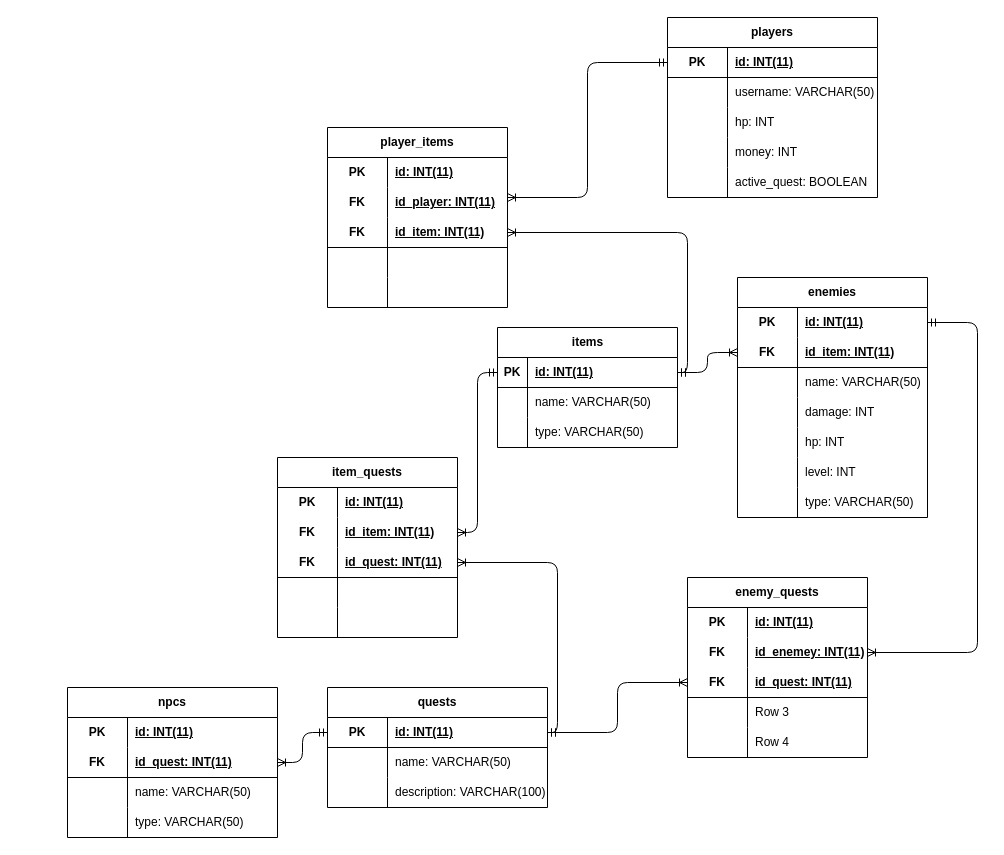
Before: wc_modelo_er.drawio in Rafael-Lourenco/WorldCleaners, a draw.io diagram. Source tidied: cells renumbered, new cells numbered last; positions are measured from the earlier drawing's top-left corner, leaving out a move shared by most shapes. Both pictures are drawn from the tidied source at 100%, with x=0, y=0 at pixel (67, 17).
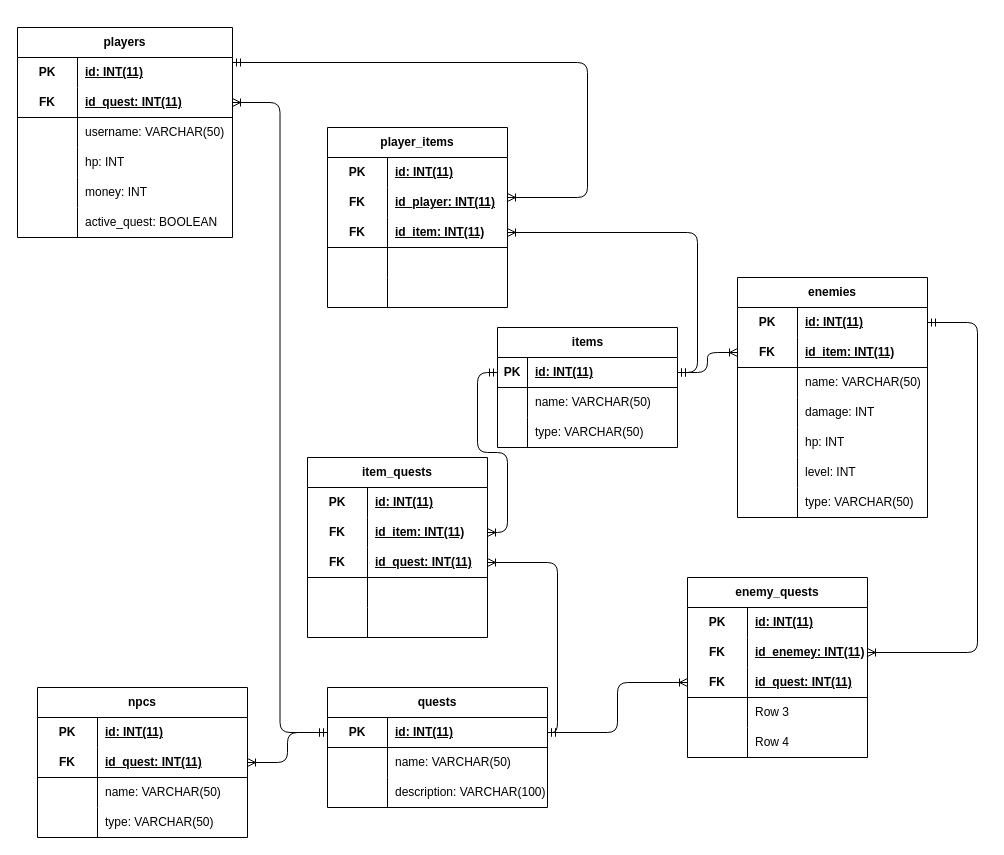
The same diagram, later.

Commit message:
Nova relação entre a tabela players e quests.

Unchanged cells that the change refers to:
```xml
<mxCell id="3" style="shape=tableRow;horizontal=0;startSize=0;swimlaneHead=0;swimlaneBody=0;fillColor=none;points=[[0,0.5],[1,0.5]];portConstraint=eastwest;top=0;left=0;right=0;bottom=1;" parent="2" vertex="1">
  <mxGeometry y="30" width="180" height="30" as="geometry" />
</mxCell>
<mxCell id="51" style="shape=tableRow;horizontal=0;startSize=0;swimlaneHead=0;swimlaneBody=0;fillColor=none;points=[[0,0.5],[1,0.5]];portConstraint=eastwest;top=0;left=0;right=0;bottom=1;html=1;" parent="50" vertex="1">
  <mxGeometry y="30" width="220" height="30" as="geometry" />
</mxCell>
<mxCell id="77" style="shape=tableRow;horizontal=0;startSize=0;swimlaneHead=0;swimlaneBody=0;fillColor=none;points=[[0,0.5],[1,0.5]];portConstraint=eastwest;top=0;left=0;right=0;bottom=0;html=1;" parent="73" vertex="1">
  <mxGeometry y="60" width="180" height="30" as="geometry" />
</mxCell>
<mxCell id="80" style="shape=tableRow;horizontal=0;startSize=0;swimlaneHead=0;swimlaneBody=0;fillColor=none;points=[[0,0.5],[1,0.5]];portConstraint=eastwest;top=0;left=0;right=0;bottom=1;html=1;" parent="73" vertex="1">
  <mxGeometry y="90" width="180" height="30" as="geometry" />
</mxCell>
<mxCell id="112" style="shape=tableRow;horizontal=0;startSize=0;swimlaneHead=0;swimlaneBody=0;fillColor=none;points=[[0,0.5],[1,0.5]];portConstraint=eastwest;top=0;left=0;right=0;bottom=0;html=1;" parent="108" vertex="1">
  <mxGeometry y="60" width="180" height="30" as="geometry" />
</mxCell>
```

Diff of the diagram source:
```diff
@@
-    <mxCell id="12" value="players" style="shape=table;startSize=30;childLayout=tableLayout;rowLines=0;fontStyle=1;align=center;html=1;whiteSpace=wrap;" parent="1" vertex="1">
-      <mxGeometry x="600" width="210" height="180" as="geometry" />
-    </mxCell>
-    <mxCell id="13" style="shape=tableRow;horizontal=0;startSize=0;swimlaneHead=0;swimlaneBody=0;fillColor=none;points=[[0,0.5],[1,0.5]];portConstraint=eastwest;top=0;left=0;right=0;bottom=1;html=1;" parent="12" vertex="1">
-      <mxGeometry y="30" width="210" height="30" as="geometry" />
-    </mxCell>
-    <mxCell id="14" value="PK" style="shape=partialRectangle;fillColor=none;top=0;left=0;bottom=0;right=0;fontStyle=1;overflow=hidden;html=1;whiteSpace=wrap;" parent="13" vertex="1">
-      <mxGeometry width="60" height="30" as="geometry" />
-    </mxCell>
-    <mxCell id="15" value="id: INT(11)" style="shape=partialRectangle;fillColor=none;top=0;left=0;bottom=0;right=0;align=left;spacingLeft=6;fontStyle=5;overflow=hidden;html=1;whiteSpace=wrap;" parent="13" vertex="1">
-      <mxGeometry x="60" width="150" height="30" as="geometry" />
-    </mxCell>
-    <mxCell id="16" style="shape=tableRow;horizontal=0;startSize=0;swimlaneHead=0;swimlaneBody=0;fillColor=none;top=0;left=0;right=0;bottom=0;html=1;" parent="12" vertex="1">
-      <mxGeometry y="60" width="210" height="30" as="geometry" />
-    </mxCell>
-    <mxCell id="17" style="shape=partialRectangle;fillColor=none;top=0;left=0;bottom=0;right=0;overflow=hidden;html=1;whiteSpace=wrap;" parent="16" vertex="1">
-      <mxGeometry width="60" height="30" as="geometry" />
-    </mxCell>
-    <mxCell id="18" value="username: VARCHAR(50)" style="shape=partialRectangle;fillColor=none;top=0;left=0;bottom=0;right=0;align=left;spacingLeft=6;overflow=hidden;html=1;whiteSpace=wrap;" parent="16" vertex="1">
-      <mxGeometry x="60" width="150" height="30" as="geometry" />
-    </mxCell>
-    <mxCell id="19" style="shape=tableRow;horizontal=0;startSize=0;swimlaneHead=0;swimlaneBody=0;fillColor=none;top=0;left=0;right=0;bottom=0;html=1;" parent="12" vertex="1">
-      <mxGeometry y="90" width="210" height="30" as="geometry" />
-    </mxCell>
-    <mxCell id="20" style="shape=partialRectangle;fillColor=none;top=0;left=0;bottom=0;right=0;overflow=hidden;html=1;whiteSpace=wrap;" parent="19" vertex="1">
-      <mxGeometry width="60" height="30" as="geometry" />
-    </mxCell>
-    <mxCell id="21" value="hp: INT" style="shape=partialRectangle;fillColor=none;top=0;left=0;bottom=0;right=0;align=left;spacingLeft=6;overflow=hidden;html=1;whiteSpace=wrap;" parent="19" vertex="1">
-      <mxGeometry x="60" width="150" height="30" as="geometry" />
-    </mxCell>
-    <mxCell id="22" style="shape=tableRow;horizontal=0;startSize=0;swimlaneHead=0;swimlaneBody=0;fillColor=none;top=0;left=0;right=0;bottom=0;html=1;" parent="12" vertex="1">
-      <mxGeometry y="120" width="210" height="30" as="geometry" />
-    </mxCell>
-    <mxCell id="23" style="shape=partialRectangle;fillColor=none;top=0;left=0;bottom=0;right=0;overflow=hidden;html=1;whiteSpace=wrap;" parent="22" vertex="1">
-      <mxGeometry width="60" height="30" as="geometry" />
-    </mxCell>
-    <mxCell id="24" value="money: INT" style="shape=partialRectangle;fillColor=none;top=0;left=0;bottom=0;right=0;align=left;spacingLeft=6;overflow=hidden;html=1;whiteSpace=wrap;" parent="22" vertex="1">
-      <mxGeometry x="60" width="150" height="30" as="geometry" />
-    </mxCell>
-    <mxCell id="25" style="shape=tableRow;horizontal=0;startSize=0;swimlaneHead=0;swimlaneBody=0;fillColor=none;top=0;left=0;right=0;bottom=0;html=1;" parent="12" vertex="1">
-      <mxGeometry y="150" width="210" height="30" as="geometry" />
-    </mxCell>
-    <mxCell id="26" style="shape=partialRectangle;fillColor=none;top=0;left=0;bottom=0;right=0;overflow=hidden;html=1;whiteSpace=wrap;" parent="25" vertex="1">
-      <mxGeometry width="60" height="30" as="geometry" />
-    </mxCell>
-    <mxCell id="27" value="active_quest: BOOLEAN" style="shape=partialRectangle;fillColor=none;top=0;left=0;bottom=0;right=0;align=left;spacingLeft=6;overflow=hidden;html=1;whiteSpace=wrap;" parent="25" vertex="1">
-      <mxGeometry x="60" width="150" height="30" as="geometry" />
-    </mxCell>
@@
     <mxCell id="60" value="npcs" style="shape=table;startSize=30;childLayout=tableLayout;rowLines=0;fontStyle=1;align=center;html=1;whiteSpace=wrap;" parent="1" vertex="1">
-      <mxGeometry y="670" width="210" height="150" as="geometry" />
+      <mxGeometry x="-30" y="670" width="210" height="150" as="geometry" />
     </mxCell>
@@
-    <mxCell id="89" style="html=1;startArrow=ERmandOne;startFill=0;endArrow=ERoneToMany;endFill=0;edgeStyle=orthogonalEdgeStyle;" parent="1" edge="1" source="13" target="77">
+    <mxCell id="89" style="html=1;startArrow=ERmandOne;startFill=0;endArrow=ERoneToMany;endFill=0;edgeStyle=orthogonalEdgeStyle;" parent="1" edge="1" source="129" target="77">
       <mxGeometry relative="1" as="geometry">
         <Array as="points">
           <mxPoint x="520" y="45" />
           <mxPoint x="520" y="180" />
         </Array>
       </mxGeometry>
     </mxCell>
     <mxCell id="90" style="edgeStyle=orthogonalEdgeStyle;html=1;exitX=1;exitY=0.5;exitDx=0;exitDy=0;startArrow=ERmandOne;startFill=0;endArrow=ERoneToMany;endFill=0;" parent="1" edge="1" source="3" target="80">
-      <mxGeometry relative="1" as="geometry" />
+      <mxGeometry relative="1" as="geometry">
+        <Array as="points">
+          <mxPoint x="630" y="355" />
+          <mxPoint x="630" y="215" />
+        </Array>
+      </mxGeometry>
     </mxCell>
@@
     <mxCell id="108" value="item_quests" style="shape=table;startSize=30;childLayout=tableLayout;rowLines=0;fontStyle=1;align=center;html=1;whiteSpace=wrap;" parent="1" vertex="1">
-      <mxGeometry x="210" y="440" width="180" height="180" as="geometry" />
+      <mxGeometry x="240" y="440" width="180" height="180" as="geometry" />
     </mxCell>
@@
     <mxCell id="124" style="edgeStyle=orthogonalEdgeStyle;html=1;exitX=0;exitY=0.5;exitDx=0;exitDy=0;startArrow=ERmandOne;startFill=0;endArrow=ERoneToMany;endFill=0;" parent="1" edge="1" source="3" target="112">
-      <mxGeometry relative="1" as="geometry" />
+      <mxGeometry relative="1" as="geometry">
+        <Array as="points">
+          <mxPoint x="410" y="355" />
+          <mxPoint x="410" y="435" />
+          <mxPoint x="440" y="435" />
+          <mxPoint x="440" y="515" />
+        </Array>
+      </mxGeometry>
     </mxCell>
@@
+    <mxCell id="12" value="players" style="shape=table;startSize=30;childLayout=tableLayout;rowLines=0;fontStyle=1;align=center;html=1;whiteSpace=wrap;" parent="1" vertex="1">
+      <mxGeometry x="-50" y="10" width="215" height="210" as="geometry" />
+    </mxCell>
+    <mxCell id="129" style="shape=tableRow;horizontal=0;startSize=0;swimlaneHead=0;swimlaneBody=0;fillColor=none;points=[[0,0.5],[1,0.5]];portConstraint=eastwest;top=0;left=0;right=0;bottom=0;html=1;" parent="12" vertex="1">
+      <mxGeometry y="30" width="215" height="30" as="geometry" />
+    </mxCell>
+    <mxCell id="14" value="PK" style="shape=partialRectangle;fillColor=none;top=0;left=0;bottom=0;right=0;fontStyle=1;overflow=hidden;html=1;whiteSpace=wrap;" parent="129" vertex="1">
+      <mxGeometry width="60" height="30" as="geometry" />
+    </mxCell>
+    <mxCell id="15" value="id: INT(11)" style="shape=partialRectangle;fillColor=none;top=0;left=0;bottom=0;right=0;align=left;spacingLeft=6;fontStyle=5;overflow=hidden;html=1;whiteSpace=wrap;" parent="129" vertex="1">
+      <mxGeometry x="60" width="155" height="30" as="geometry" />
+    </mxCell>
+    <mxCell id="130" style="shape=tableRow;horizontal=0;startSize=0;swimlaneHead=0;swimlaneBody=0;fillColor=none;points=[[0,0.5],[1,0.5]];portConstraint=eastwest;top=0;left=0;right=0;bottom=1;html=1;" parent="12" vertex="1">
+      <mxGeometry y="60" width="215" height="30" as="geometry" />
+    </mxCell>
+    <mxCell id="131" value="FK" style="shape=partialRectangle;fillColor=none;top=0;left=0;bottom=0;right=0;fontStyle=1;overflow=hidden;html=1;whiteSpace=wrap;" parent="130" vertex="1">
+      <mxGeometry width="60" height="30" as="geometry" />
+    </mxCell>
+    <mxCell id="132" value="id_quest: INT(11)" style="shape=partialRectangle;fillColor=none;top=0;left=0;bottom=0;right=0;align=left;spacingLeft=6;fontStyle=5;overflow=hidden;html=1;whiteSpace=wrap;" parent="130" vertex="1">
+      <mxGeometry x="60" width="155" height="30" as="geometry" />
+    </mxCell>
+    <mxCell id="133" style="shape=tableRow;horizontal=0;startSize=0;swimlaneHead=0;swimlaneBody=0;fillColor=none;top=0;left=0;right=0;bottom=0;html=1;" parent="12" vertex="1">
+      <mxGeometry y="90" width="215" height="30" as="geometry" />
+    </mxCell>
+    <mxCell id="134" style="shape=partialRectangle;fillColor=none;top=0;left=0;bottom=0;right=0;overflow=hidden;html=1;whiteSpace=wrap;" parent="133" vertex="1">
+      <mxGeometry width="60" height="30" as="geometry" />
+    </mxCell>
+    <mxCell id="18" value="username: VARCHAR(50)" style="shape=partialRectangle;fillColor=none;top=0;left=0;bottom=0;right=0;align=left;spacingLeft=6;overflow=hidden;html=1;whiteSpace=wrap;" parent="133" vertex="1">
+      <mxGeometry x="60" width="155" height="30" as="geometry" />
+    </mxCell>
+    <mxCell id="135" style="shape=tableRow;horizontal=0;startSize=0;swimlaneHead=0;swimlaneBody=0;fillColor=none;top=0;left=0;right=0;bottom=0;html=1;" parent="12" vertex="1">
+      <mxGeometry y="120" width="215" height="30" as="geometry" />
+    </mxCell>
+    <mxCell id="136" style="shape=partialRectangle;fillColor=none;top=0;left=0;bottom=0;right=0;overflow=hidden;html=1;whiteSpace=wrap;" parent="135" vertex="1">
+      <mxGeometry width="60" height="30" as="geometry" />
+    </mxCell>
+    <mxCell id="21" value="hp: INT" style="shape=partialRectangle;fillColor=none;top=0;left=0;bottom=0;right=0;align=left;spacingLeft=6;overflow=hidden;html=1;whiteSpace=wrap;" parent="135" vertex="1">
+      <mxGeometry x="60" width="155" height="30" as="geometry" />
+    </mxCell>
+    <mxCell id="137" style="shape=tableRow;horizontal=0;startSize=0;swimlaneHead=0;swimlaneBody=0;fillColor=none;top=0;left=0;right=0;bottom=0;html=1;" parent="12" vertex="1">
+      <mxGeometry y="150" width="215" height="30" as="geometry" />
+    </mxCell>
+    <mxCell id="138" style="shape=partialRectangle;fillColor=none;top=0;left=0;bottom=0;right=0;overflow=hidden;html=1;whiteSpace=wrap;" parent="137" vertex="1">
+      <mxGeometry width="60" height="30" as="geometry" />
+    </mxCell>
+    <mxCell id="24" value="money: INT" style="shape=partialRectangle;fillColor=none;top=0;left=0;bottom=0;right=0;align=left;spacingLeft=6;overflow=hidden;html=1;whiteSpace=wrap;" parent="137" vertex="1">
+      <mxGeometry x="60" width="155" height="30" as="geometry" />
+    </mxCell>
+    <mxCell id="139" style="shape=tableRow;horizontal=0;startSize=0;swimlaneHead=0;swimlaneBody=0;fillColor=none;top=0;left=0;right=0;bottom=0;html=1;" parent="12" vertex="1">
+      <mxGeometry y="180" width="215" height="30" as="geometry" />
+    </mxCell>
+    <mxCell id="140" style="shape=partialRectangle;fillColor=none;top=0;left=0;bottom=0;right=0;overflow=hidden;html=1;whiteSpace=wrap;" parent="139" vertex="1">
+      <mxGeometry width="60" height="30" as="geometry" />
+    </mxCell>
+    <mxCell id="27" value="active_quest: BOOLEAN" style="shape=partialRectangle;fillColor=none;top=0;left=0;bottom=0;right=0;align=left;spacingLeft=6;overflow=hidden;html=1;whiteSpace=wrap;" parent="139" vertex="1">
+      <mxGeometry x="60" width="155" height="30" as="geometry" />
+    </mxCell>
+    <mxCell id="141" style="edgeStyle=orthogonalEdgeStyle;html=1;exitX=0;exitY=0.5;exitDx=0;exitDy=0;startArrow=ERmandOne;startFill=0;endArrow=ERoneToMany;endFill=0;" parent="1" edge="1" source="51" target="130">
+      <mxGeometry relative="1" as="geometry" />
+    </mxCell>
```
